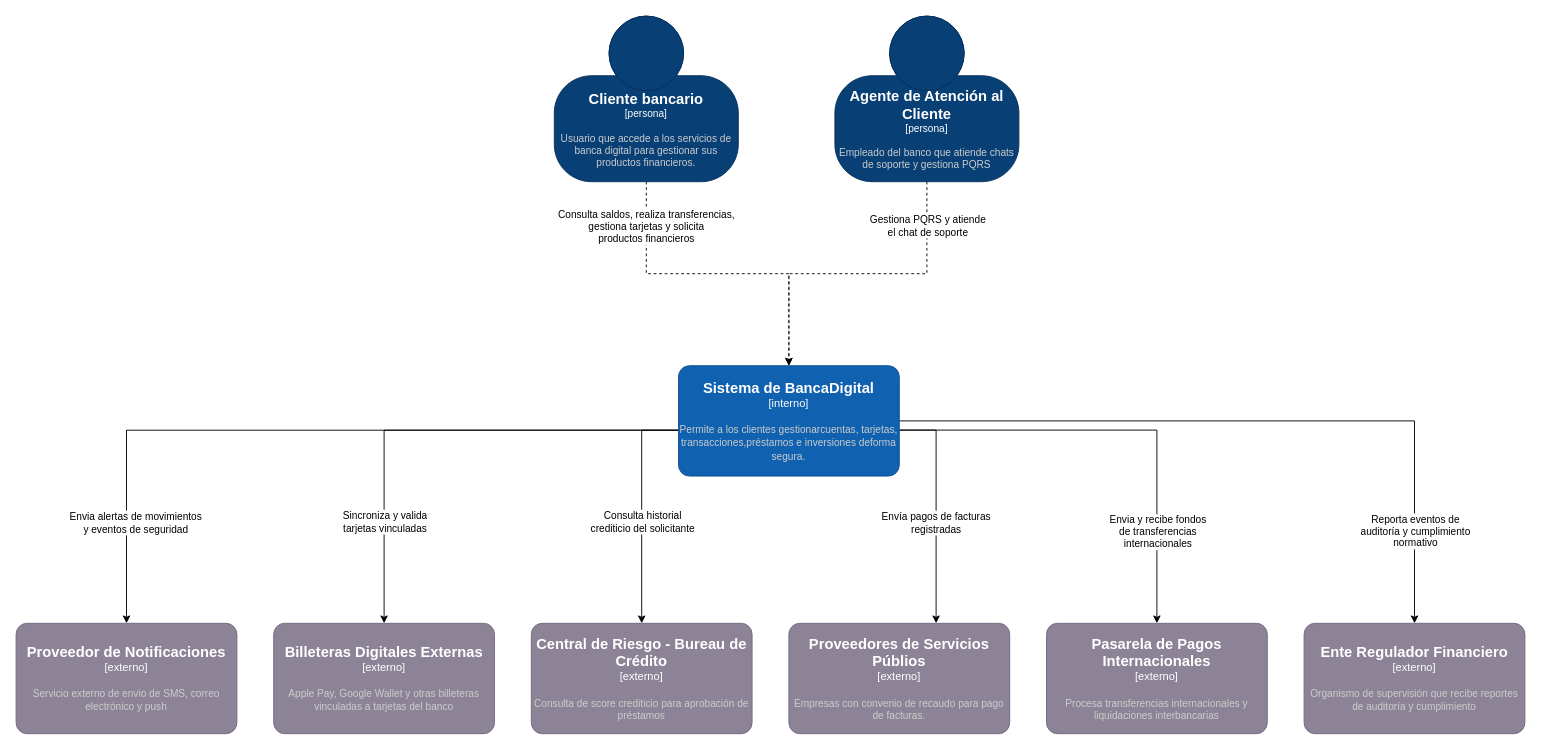
The draw.io diagram docs/diagrams/system-context.drawio in javer-ia-nos/documentacion, before the edit. Source tidied: cells renumbered, new cells numbered last; positions are measured from the earlier drawing's top-left corner, leaving out a move shared by most shapes. Both pictures are drawn from the tidied source at 92%, with x=0, y=0 at pixel (16, 16).
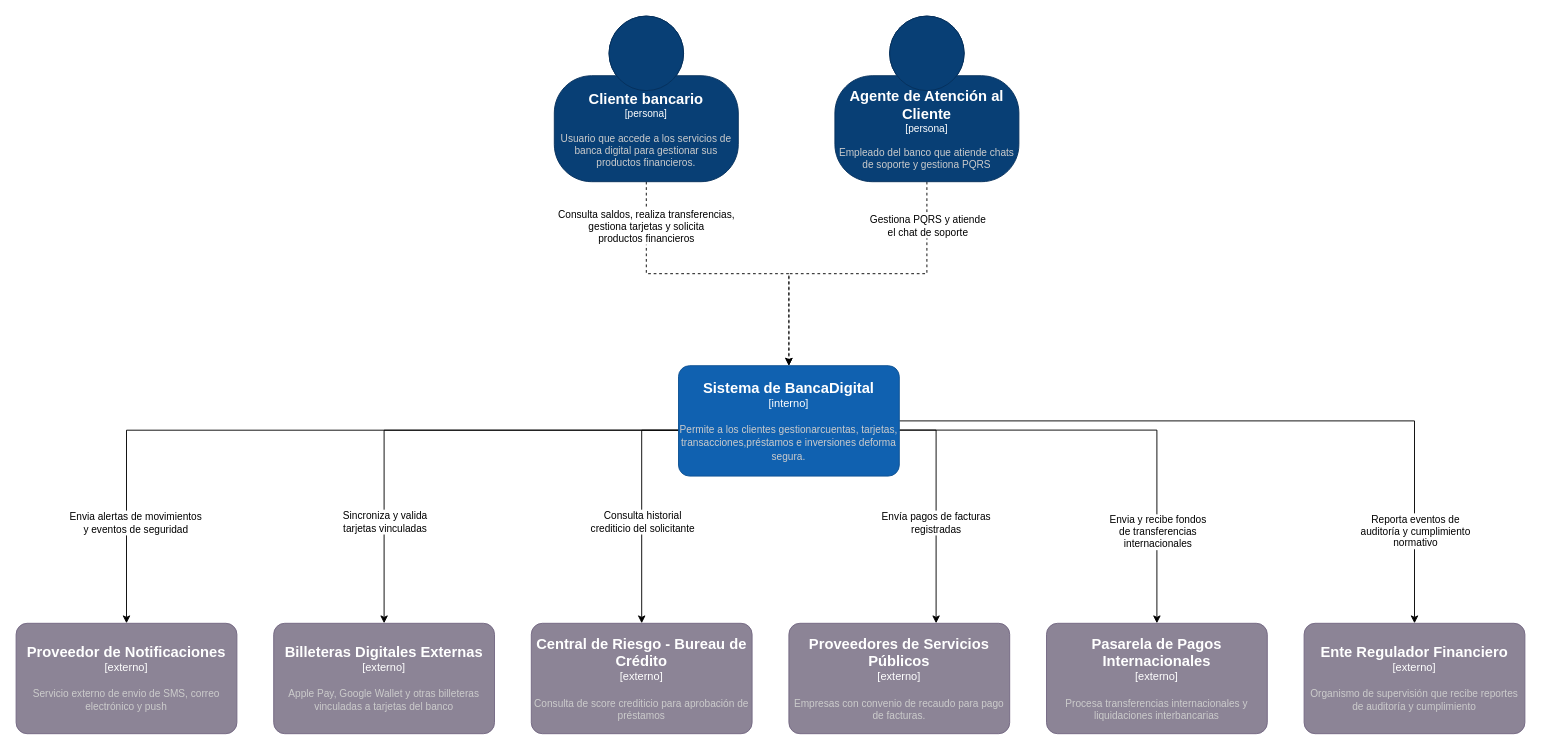
After the change.

Change to the diagram source:
```diff
@@
-    <object id="28" label="&lt;font style=&quot;font-size: 16px&quot;&gt;&lt;b&gt;%c4Name%&lt;/b&gt;&lt;/font&gt;&lt;div&gt;[%c4Type%]&lt;/div&gt;&lt;br&gt;&lt;div&gt;&lt;font style=&quot;font-size: 11px&quot;&gt;&lt;font color=&quot;#cccccc&quot;&gt;%c4Description%&lt;/font&gt;&lt;/div&gt;" c4Description="Empresas con convenio de recaudo para pago de facturas." c4Name="Proveedores de Servicios Públios" c4Type="externo" placeholders="1">
+    <object id="28" label="&lt;font style=&quot;font-size: 16px&quot;&gt;&lt;b&gt;%c4Name%&lt;/b&gt;&lt;/font&gt;&lt;div&gt;[%c4Type%]&lt;/div&gt;&lt;br&gt;&lt;div&gt;&lt;font style=&quot;font-size: 11px&quot;&gt;&lt;font color=&quot;#cccccc&quot;&gt;%c4Description%&lt;/font&gt;&lt;/div&gt;" c4Description="Empresas con convenio de recaudo para pago de facturas." c4Name="Proveedores de Servicios Públicos" c4Type="externo" placeholders="1">
       <mxCell style="rounded=1;whiteSpace=wrap;html=1;labelBackgroundColor=none;fillColor=#8C8496;fontColor=#ffffff;align=center;arcSize=10;strokeColor=#736782;points=[[0.25,0,0],[0.5,0,0],[0.75,0,0],[1,0.25,0],[1,0.5,0],[1,0.75,0],[0.75,1,0],[0.5,1,0],[0.25,1,0],[0,0.75,0],[0,0.5,0],[0,0.25,0]];" parent="1" vertex="1">
         <mxGeometry x="840" y="660" width="240" height="120" as="geometry" />
       </mxCell>
     </object>
```
